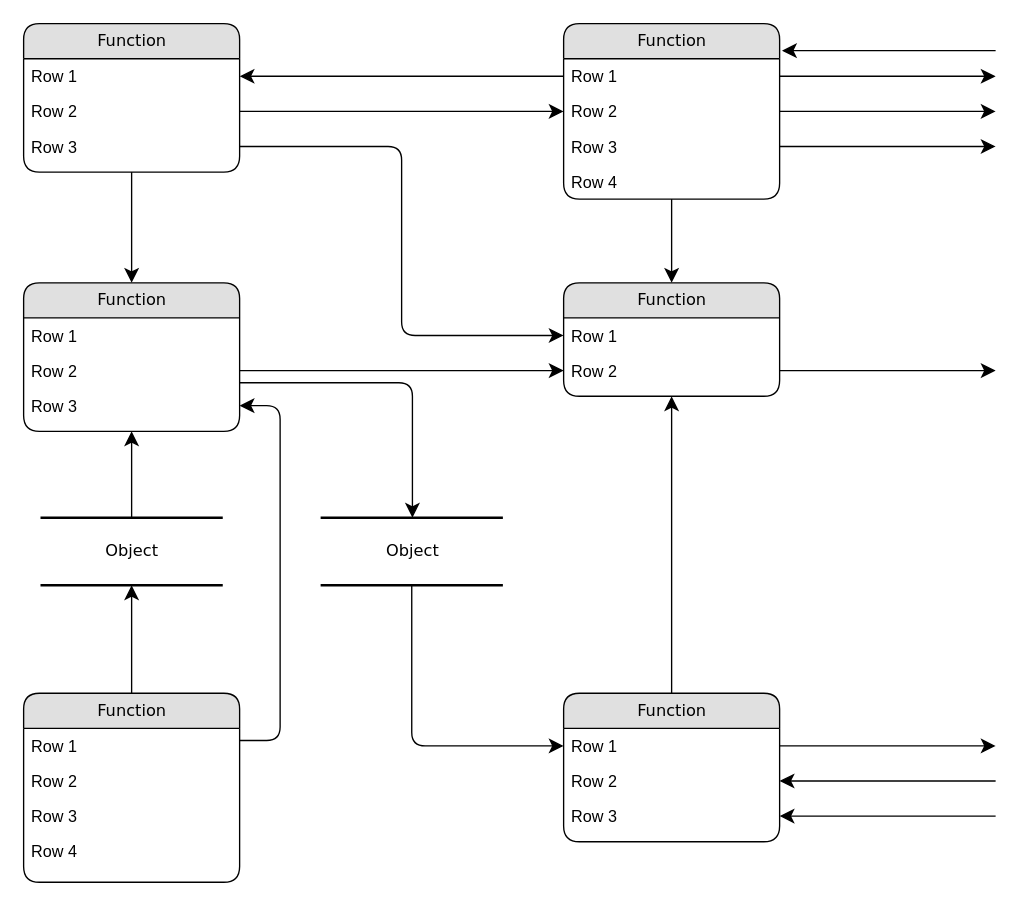
The draw.io diagram osiris_rwd.drawio in rsigogne/osiris_rwd, before the edit. Source tidied: cells renumbered, new cells numbered last; positions are measured from the earlier drawing's top-left corner, leaving out a move shared by most shapes. Both pictures are drawn from the tidied source at 135%, with x=0, y=0 at pixel (23, 23).
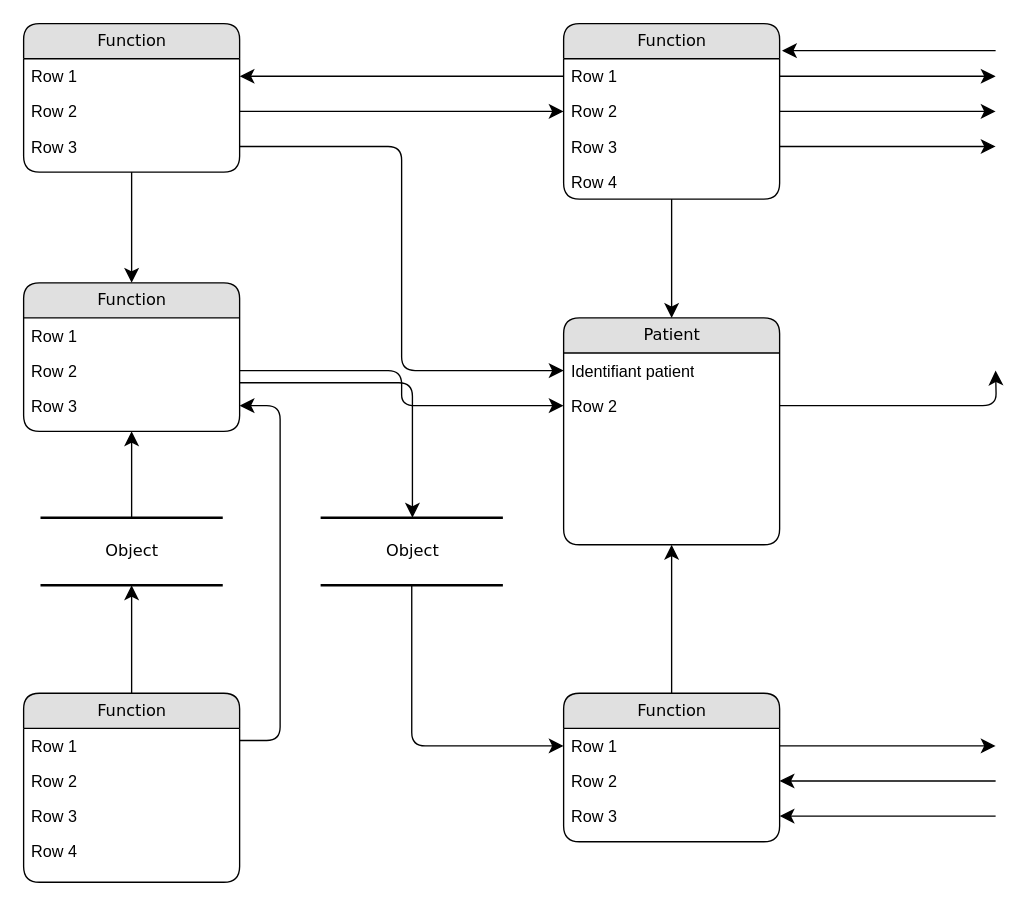
Above is the later version.

Commit message:
Mettre à jour osiris_rwd.drawio

Change to the diagram source:
```diff
@@
-    <mxCell id="21" value="Function" style="swimlane;html=1;fontStyle=0;horizontal=1;startSize=26;fillColor=#e0e0e0;swimlaneFillColor=#ffffff;align=center;rounded=1;shadow=0;comic=0;labelBackgroundColor=none;strokeWidth=1;fontFamily=Verdana;fontSize=12;" parent="1" vertex="1">
-      <mxGeometry x="400" y="192" width="160" height="84" as="geometry" />
+    <mxCell id="21" value="Patient" style="swimlane;html=1;fontStyle=0;horizontal=1;startSize=26;fillColor=#e0e0e0;swimlaneFillColor=#ffffff;align=center;rounded=1;shadow=0;comic=0;labelBackgroundColor=none;strokeWidth=1;fontFamily=Verdana;fontSize=12;" parent="1" vertex="1">
+      <mxGeometry x="400" y="218" width="160" height="168" as="geometry" />
     </mxCell>
-    <mxCell id="22" value="Row 1" style="text;html=1;strokeColor=none;fillColor=none;spacingLeft=4;spacingRight=4;whiteSpace=wrap;overflow=hidden;points=[[0,0.5],[1,0.5]];portConstraint=eastwest;" parent="21" vertex="1">
+    <mxCell id="22" value="Identifiant patient" style="text;html=1;strokeColor=none;fillColor=none;spacingLeft=4;spacingRight=4;whiteSpace=wrap;overflow=hidden;points=[[0,0.5],[1,0.5]];portConstraint=eastwest;" parent="21" vertex="1">
       <mxGeometry y="26" width="160" height="26" as="geometry" />
     </mxCell>
```
